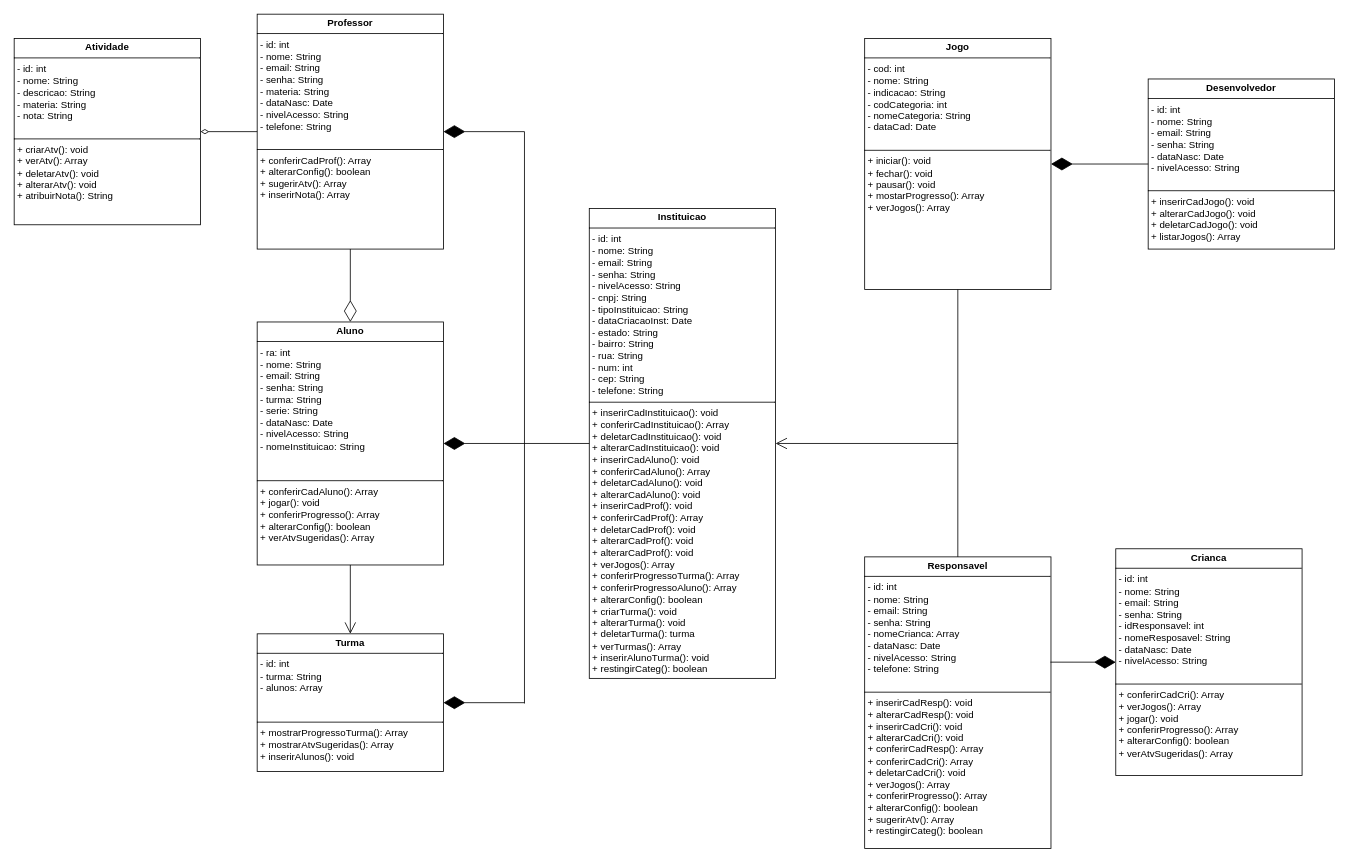
The draw.io diagram uml/Diagrama de Classes/Diagrama_UML_Classes.drawio in richardcsantos07/LevelUp_TCC, before the edit. Source tidied: cells renumbered, new cells numbered last; positions are measured from the earlier drawing's top-left corner, leaving out a move shared by most shapes. Both pictures are drawn from the tidied source at 81%, with x=0, y=0 at pixel (14, 14).
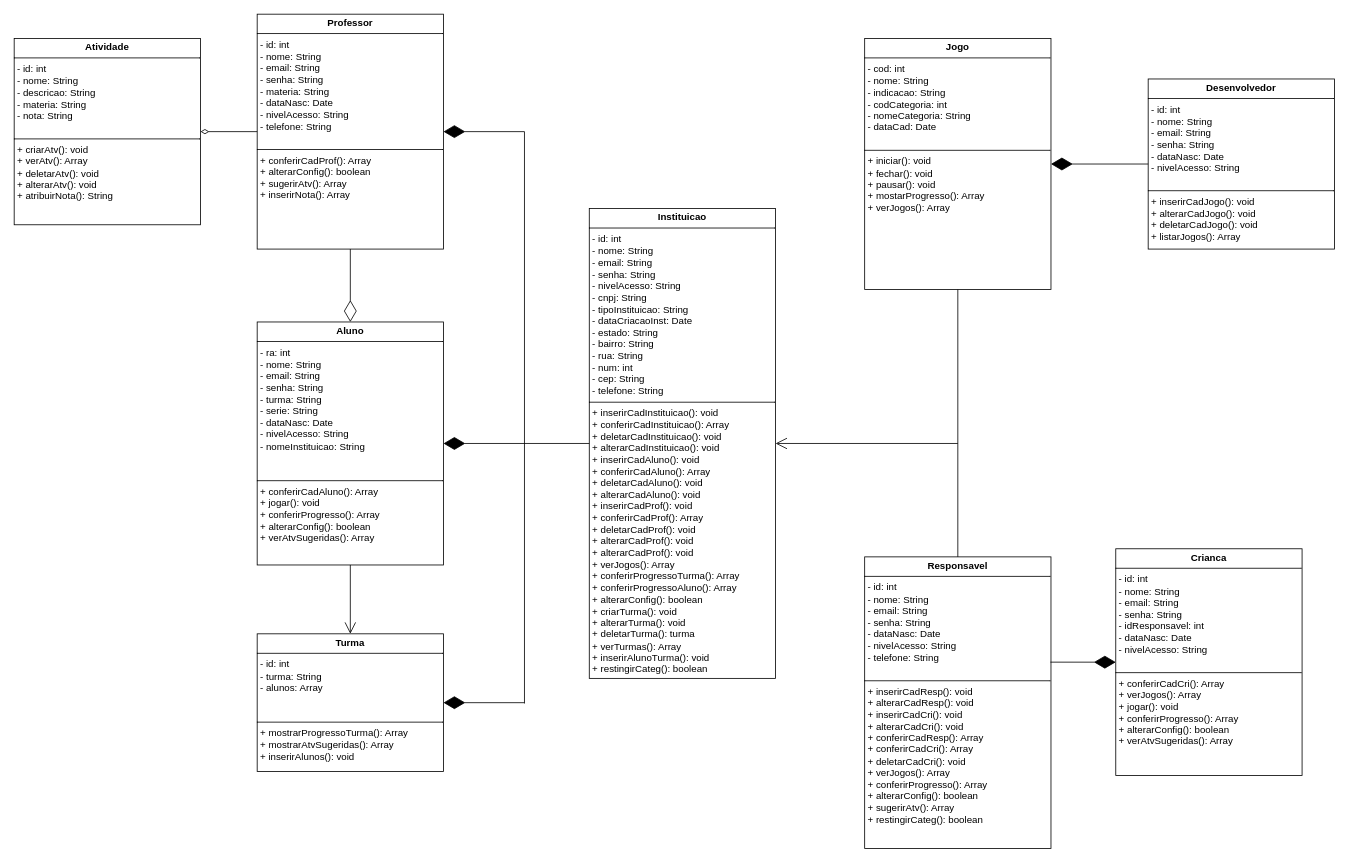
After the change.

Commit message (it also covers changes not shown here):
add class responsavel and task, and your methods

Change to the diagram source:
```diff
@@
-    <mxCell id="3" value="&lt;p style=&quot;margin:0px;margin-top:4px;text-align:center;&quot;&gt;&lt;b&gt;Crianca&lt;/b&gt;&lt;/p&gt;&lt;hr size=&quot;1&quot; style=&quot;border-style:solid;&quot;&gt;&lt;p style=&quot;margin:0px;margin-left:4px;&quot;&gt;- id: int&lt;/p&gt;&lt;p style=&quot;margin:0px;margin-left:4px;&quot;&gt;- nome: String&lt;/p&gt;&lt;p style=&quot;margin:0px;margin-left:4px;&quot;&gt;- email: String&lt;br&gt;&lt;/p&gt;&lt;p style=&quot;margin:0px;margin-left:4px;&quot;&gt;- senha: String&lt;/p&gt;&lt;p style=&quot;margin:0px;margin-left:4px;&quot;&gt;- idResponsavel: int&lt;/p&gt;&lt;p style=&quot;margin:0px;margin-left:4px;&quot;&gt;- nomeResposavel: String&lt;/p&gt;&lt;p style=&quot;margin: 0px 0px 0px 4px;&quot;&gt;- dataNasc: Date&lt;br&gt;&lt;/p&gt;&lt;p style=&quot;margin:0px;margin-left:4px;&quot;&gt;&lt;span style=&quot;background-color: initial;&quot;&gt;- nivelAcesso: String&lt;/span&gt;&lt;br&gt;&lt;/p&gt;&lt;p style=&quot;margin:0px;margin-left:4px;&quot;&gt;&lt;br&gt;&lt;/p&gt;&lt;hr size=&quot;1&quot; style=&quot;border-style:solid;&quot;&gt;&lt;p style=&quot;margin:0px;margin-left:4px;&quot;&gt;&lt;span style=&quot;background-color: initial;&quot;&gt;+ conferirCadCri(): Array&lt;/span&gt;&lt;br&gt;&lt;/p&gt;&lt;p style=&quot;margin:0px;margin-left:4px;&quot;&gt;+ verJogos(): Array&lt;br&gt;&lt;/p&gt;&lt;p style=&quot;margin:0px;margin-left:4px;&quot;&gt;+ jogar&lt;span style=&quot;background-color: initial;&quot;&gt;(): void&lt;/span&gt;&lt;/p&gt;&lt;p style=&quot;margin:0px;margin-left:4px;&quot;&gt;+ conferirProgresso(): Array&lt;span style=&quot;background-color: initial;&quot;&gt;&lt;br&gt;&lt;/span&gt;&lt;/p&gt;&lt;p style=&quot;margin:0px;margin-left:4px;&quot;&gt;+ alterarConfig(): boolean&lt;br&gt;&lt;/p&gt;&lt;p style=&quot;margin: 0px 0px 0px 4px;&quot;&gt;+ verAtvSugeridas(): Array&lt;/p&gt;&lt;p style=&quot;margin: 0px 0px 0px 4px;&quot;&gt;&lt;br&gt;&lt;/p&gt;" style="verticalAlign=top;align=left;overflow=fill;html=1;whiteSpace=wrap;" parent="1" vertex="1">
+    <mxCell id="3" value="&lt;p style=&quot;margin:0px;margin-top:4px;text-align:center;&quot;&gt;&lt;b&gt;Crianca&lt;/b&gt;&lt;/p&gt;&lt;hr size=&quot;1&quot; style=&quot;border-style:solid;&quot;&gt;&lt;p style=&quot;margin:0px;margin-left:4px;&quot;&gt;- id: int&lt;/p&gt;&lt;p style=&quot;margin:0px;margin-left:4px;&quot;&gt;- nome: String&lt;/p&gt;&lt;p style=&quot;margin:0px;margin-left:4px;&quot;&gt;- email: String&lt;br&gt;&lt;/p&gt;&lt;p style=&quot;margin:0px;margin-left:4px;&quot;&gt;- senha: String&lt;/p&gt;&lt;p style=&quot;margin:0px;margin-left:4px;&quot;&gt;- idResponsavel: int&lt;/p&gt;&lt;p style=&quot;margin:0px;margin-left:4px;&quot;&gt;&lt;span style=&quot;background-color: transparent;&quot;&gt;- dataNasc: Date&lt;/span&gt;&lt;/p&gt;&lt;p style=&quot;margin:0px;margin-left:4px;&quot;&gt;&lt;span style=&quot;background-color: initial;&quot;&gt;- nivelAcesso: String&lt;/span&gt;&lt;br&gt;&lt;/p&gt;&lt;p style=&quot;margin:0px;margin-left:4px;&quot;&gt;&lt;br&gt;&lt;/p&gt;&lt;hr size=&quot;1&quot; style=&quot;border-style:solid;&quot;&gt;&lt;p style=&quot;margin:0px;margin-left:4px;&quot;&gt;&lt;span style=&quot;background-color: initial;&quot;&gt;+ conferirCadCri(): Array&lt;/span&gt;&lt;br&gt;&lt;/p&gt;&lt;p style=&quot;margin:0px;margin-left:4px;&quot;&gt;+ verJogos(): Array&lt;br&gt;&lt;/p&gt;&lt;p style=&quot;margin:0px;margin-left:4px;&quot;&gt;+ jogar&lt;span style=&quot;background-color: initial;&quot;&gt;(): void&lt;/span&gt;&lt;/p&gt;&lt;p style=&quot;margin:0px;margin-left:4px;&quot;&gt;+ conferirProgresso(): Array&lt;span style=&quot;background-color: initial;&quot;&gt;&lt;br&gt;&lt;/span&gt;&lt;/p&gt;&lt;p style=&quot;margin:0px;margin-left:4px;&quot;&gt;+ alterarConfig(): boolean&lt;br&gt;&lt;/p&gt;&lt;p style=&quot;margin: 0px 0px 0px 4px;&quot;&gt;+ verAtvSugeridas(): Array&lt;/p&gt;&lt;p style=&quot;margin: 0px 0px 0px 4px;&quot;&gt;&lt;br&gt;&lt;/p&gt;" style="verticalAlign=top;align=left;overflow=fill;html=1;whiteSpace=wrap;" parent="1" vertex="1">
       <mxGeometry x="1360" y="660" width="230" height="280" as="geometry" />
     </mxCell>
-    <mxCell id="4" value="&lt;p style=&quot;margin:0px;margin-top:4px;text-align:center;&quot;&gt;&lt;b&gt;Responsavel&lt;/b&gt;&lt;/p&gt;&lt;hr size=&quot;1&quot; style=&quot;border-style:solid;&quot;&gt;&lt;p style=&quot;margin:0px;margin-left:4px;&quot;&gt;- id: int&lt;/p&gt;&lt;p style=&quot;margin:0px;margin-left:4px;&quot;&gt;- nome: String&lt;/p&gt;&lt;p style=&quot;margin:0px;margin-left:4px;&quot;&gt;- email: String&lt;br&gt;&lt;/p&gt;&lt;p style=&quot;margin:0px;margin-left:4px;&quot;&gt;- senha: String&lt;/p&gt;&lt;p style=&quot;margin:0px;margin-left:4px;&quot;&gt;- nomeCrianca: Array&lt;/p&gt;&lt;p style=&quot;margin:0px;margin-left:4px;&quot;&gt;&lt;span style=&quot;background-color: transparent;&quot;&gt;- dataNasc: Date&lt;/span&gt;&lt;/p&gt;&lt;p style=&quot;margin:0px;margin-left:4px;&quot;&gt;- nivelAcesso: String&lt;br&gt;&lt;/p&gt;&lt;p style=&quot;margin:0px;margin-left:4px;&quot;&gt;- telefone: String&lt;/p&gt;&lt;p style=&quot;margin:0px;margin-left:4px;&quot;&gt;&lt;br&gt;&lt;/p&gt;&lt;hr size=&quot;1&quot; style=&quot;border-style:solid;&quot;&gt;&lt;p style=&quot;margin: 0px 0px 0px 4px;&quot;&gt;+ inserirCadResp(): void&lt;/p&gt;&lt;p style=&quot;margin: 0px 0px 0px 4px;&quot;&gt;+ alterarCadResp(): void&lt;/p&gt;&lt;p style=&quot;margin:0px;margin-left:4px;&quot;&gt;+ inserirCadCri(): void&lt;/p&gt;&lt;p style=&quot;margin: 0px 0px 0px 4px;&quot;&gt;+ alterarCadCri(): void&lt;/p&gt;&lt;p style=&quot;margin: 0px 0px 0px 4px;&quot;&gt;+ conferirCadResp(): Array&lt;br&gt;&lt;/p&gt;&lt;p style=&quot;margin:0px;margin-left:4px;&quot;&gt;+ conferirCadCri(): Array&lt;br&gt;&lt;/p&gt;&lt;p style=&quot;margin: 0px 0px 0px 4px;&quot;&gt;+ deletarCadCri(): void&lt;br&gt;&lt;/p&gt;&lt;p style=&quot;margin:0px;margin-left:4px;&quot;&gt;+ verJogos(): Array&lt;/p&gt;&lt;p style=&quot;margin:0px;margin-left:4px;&quot;&gt;+ conferirProgresso(): Array&lt;span style=&quot;background-color: initial;&quot;&gt;&lt;br&gt;&lt;/span&gt;&lt;/p&gt;&lt;p style=&quot;margin:0px;margin-left:4px;&quot;&gt;+ alterarConfig(): boolean&lt;br&gt;&lt;/p&gt;&lt;p style=&quot;margin: 0px 0px 0px 4px;&quot;&gt;+ sugerirAtv(): Array&lt;br&gt;&lt;/p&gt;&lt;p style=&quot;margin: 0px 0px 0px 4px;&quot;&gt;+ restingirCateg(): boolean&lt;br&gt;&lt;/p&gt;&lt;div&gt;&lt;br&gt;&lt;/div&gt;" style="verticalAlign=top;align=left;overflow=fill;html=1;whiteSpace=wrap;" parent="1" vertex="1">
+    <mxCell id="4" value="&lt;p style=&quot;margin:0px;margin-top:4px;text-align:center;&quot;&gt;&lt;b&gt;Responsavel&lt;/b&gt;&lt;/p&gt;&lt;hr size=&quot;1&quot; style=&quot;border-style:solid;&quot;&gt;&lt;p style=&quot;margin:0px;margin-left:4px;&quot;&gt;- id: int&lt;/p&gt;&lt;p style=&quot;margin:0px;margin-left:4px;&quot;&gt;- nome: String&lt;/p&gt;&lt;p style=&quot;margin:0px;margin-left:4px;&quot;&gt;- email: String&lt;br&gt;&lt;/p&gt;&lt;p style=&quot;margin:0px;margin-left:4px;&quot;&gt;- senha: String&lt;/p&gt;&lt;p style=&quot;margin:0px;margin-left:4px;&quot;&gt;&lt;span style=&quot;background-color: transparent;&quot;&gt;- dataNasc: Date&lt;/span&gt;&lt;/p&gt;&lt;p style=&quot;margin:0px;margin-left:4px;&quot;&gt;- nivelAcesso: String&lt;br&gt;&lt;/p&gt;&lt;p style=&quot;margin:0px;margin-left:4px;&quot;&gt;- telefone: String&lt;/p&gt;&lt;p style=&quot;margin:0px;margin-left:4px;&quot;&gt;&lt;br&gt;&lt;/p&gt;&lt;hr size=&quot;1&quot; style=&quot;border-style:solid;&quot;&gt;&lt;p style=&quot;margin: 0px 0px 0px 4px;&quot;&gt;+ inserirCadResp(): void&lt;/p&gt;&lt;p style=&quot;margin: 0px 0px 0px 4px;&quot;&gt;+ alterarCadResp(): void&lt;/p&gt;&lt;p style=&quot;margin:0px;margin-left:4px;&quot;&gt;+ inserirCadCri(): void&lt;/p&gt;&lt;p style=&quot;margin: 0px 0px 0px 4px;&quot;&gt;+ alterarCadCri(): void&lt;/p&gt;&lt;p style=&quot;margin: 0px 0px 0px 4px;&quot;&gt;+ conferirCadResp(): Array&lt;br&gt;&lt;/p&gt;&lt;p style=&quot;margin:0px;margin-left:4px;&quot;&gt;+ conferirCadCri(): Array&lt;br&gt;&lt;/p&gt;&lt;p style=&quot;margin: 0px 0px 0px 4px;&quot;&gt;+ deletarCadCri(): void&lt;br&gt;&lt;/p&gt;&lt;p style=&quot;margin:0px;margin-left:4px;&quot;&gt;+ verJogos(): Array&lt;/p&gt;&lt;p style=&quot;margin:0px;margin-left:4px;&quot;&gt;+ conferirProgresso(): Array&lt;span style=&quot;background-color: initial;&quot;&gt;&lt;br&gt;&lt;/span&gt;&lt;/p&gt;&lt;p style=&quot;margin:0px;margin-left:4px;&quot;&gt;+ alterarConfig(): boolean&lt;br&gt;&lt;/p&gt;&lt;p style=&quot;margin: 0px 0px 0px 4px;&quot;&gt;+ sugerirAtv(): Array&lt;br&gt;&lt;/p&gt;&lt;p style=&quot;margin: 0px 0px 0px 4px;&quot;&gt;+ restingirCateg(): boolean&lt;br&gt;&lt;/p&gt;&lt;div&gt;&lt;br&gt;&lt;/div&gt;" style="verticalAlign=top;align=left;overflow=fill;html=1;whiteSpace=wrap;" parent="1" vertex="1">
       <mxGeometry x="1050" y="670" width="230" height="360" as="geometry" />
     </mxCell>
```
